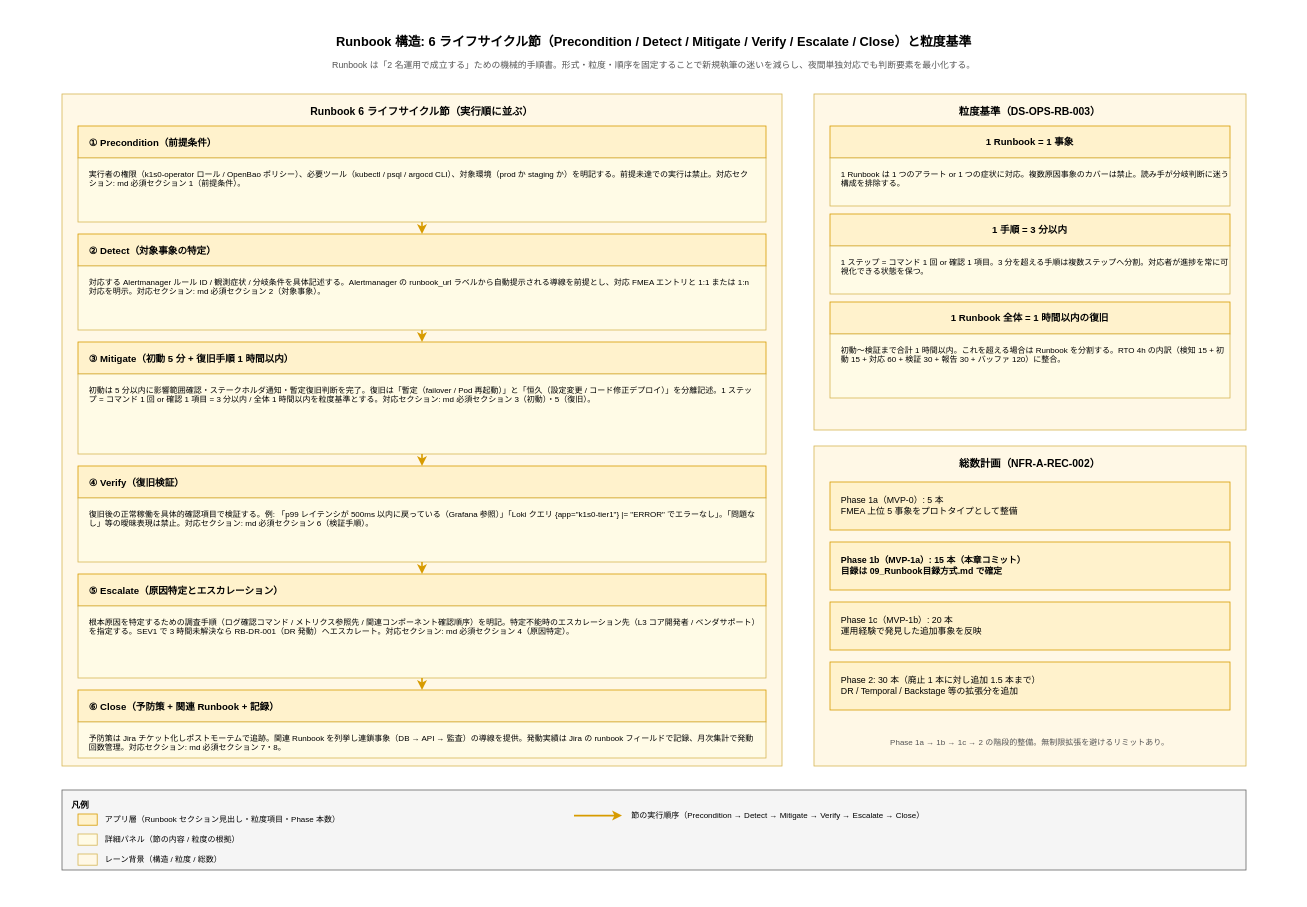
This is docs/04_概要設計/55_運用ライフサイクル方式設計/img/08_Runbook設計方式/runbook_structure.drawio from RyuheiKiso/k1s0, a draw.io file, before an edit. Source tidied: cells renumbered, new cells numbered last; positions are measured from the earlier drawing's top-left corner, leaving out a move shared by most shapes. Both pictures are drawn from the tidied source at 80%, with x=0, y=0 at pixel (14, 14).
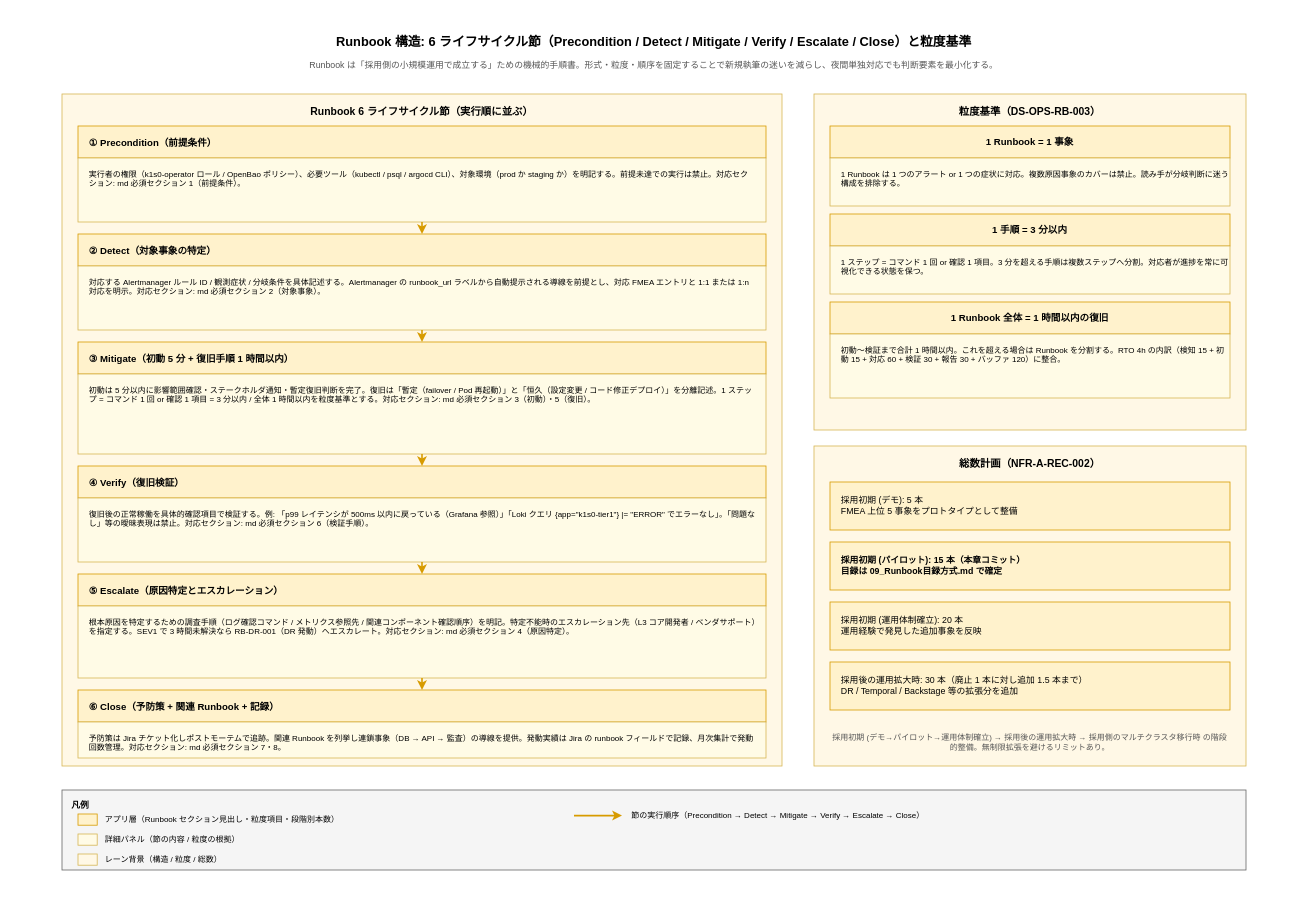
The same diagram, later.

Change to the diagram source:
```diff
@@
-    <mxCell id="4" value="Runbook は「2 名運用で成立する」ための機械的手順書。形式・粒度・順序を固定することで新規執筆の迷いを減らし、夜間単独対応でも判断要素を最小化する。" style="text;html=1;strokeColor=none;fillColor=none;align=center;verticalAlign=middle;whiteSpace=wrap;fontSize=11;fontColor=#555555;" parent="1" vertex="1">
+    <mxCell id="4" value="Runbook は「採用側の小規模運用で成立する」ための機械的手順書。形式・粒度・順序を固定することで新規執筆の迷いを減らし、夜間単独対応でも判断要素を最小化する。" style="text;html=1;strokeColor=none;fillColor=none;align=center;verticalAlign=middle;whiteSpace=wrap;fontSize=11;fontColor=#555555;" parent="1" vertex="1">
       <mxGeometry x="40" y="52" width="1520" height="24" as="geometry" />
     </mxCell>
@@
-    <mxCell id="26" value="Phase 1a（MVP-0）: 5 本&#10;FMEA 上位 5 事象をプロトタイプとして整備" style="rounded=0;whiteSpace=wrap;html=1;fillColor=#fff2cc;strokeColor=#d79b00;fontSize=11;align=left;verticalAlign=middle;spacingLeft=12;" parent="1" vertex="1">
+    <mxCell id="26" value="採用初期 (デモ): 5 本&#10;FMEA 上位 5 事象をプロトタイプとして整備" style="rounded=0;whiteSpace=wrap;html=1;fillColor=#fff2cc;strokeColor=#d79b00;fontSize=11;align=left;verticalAlign=middle;spacingLeft=12;" parent="1" vertex="1">
       <mxGeometry x="1020" y="585" width="500" height="60" as="geometry" />
     </mxCell>
-    <mxCell id="27" value="Phase 1b（MVP-1a）: 15 本（本章コミット）&#10;目録は 09_Runbook目録方式.md で確定" style="rounded=0;whiteSpace=wrap;html=1;fillColor=#fff2cc;strokeColor=#d79b00;fontSize=11;fontStyle=1;align=left;verticalAlign=middle;spacingLeft=12;" parent="1" vertex="1">
+    <mxCell id="27" value="採用初期 (パイロット): 15 本（本章コミット）&#10;目録は 09_Runbook目録方式.md で確定" style="rounded=0;whiteSpace=wrap;html=1;fillColor=#fff2cc;strokeColor=#d79b00;fontSize=11;fontStyle=1;align=left;verticalAlign=middle;spacingLeft=12;" parent="1" vertex="1">
       <mxGeometry x="1020" y="660" width="500" height="60" as="geometry" />
     </mxCell>
-    <mxCell id="28" value="Phase 1c（MVP-1b）: 20 本&#10;運用経験で発見した追加事象を反映" style="rounded=0;whiteSpace=wrap;html=1;fillColor=#fff2cc;strokeColor=#d79b00;fontSize=11;align=left;verticalAlign=middle;spacingLeft=12;" parent="1" vertex="1">
+    <mxCell id="28" value="採用初期 (運用体制確立): 20 本&#10;運用経験で発見した追加事象を反映" style="rounded=0;whiteSpace=wrap;html=1;fillColor=#fff2cc;strokeColor=#d79b00;fontSize=11;align=left;verticalAlign=middle;spacingLeft=12;" parent="1" vertex="1">
       <mxGeometry x="1020" y="735" width="500" height="60" as="geometry" />
     </mxCell>
-    <mxCell id="29" value="Phase 2: 30 本（廃止 1 本に対し追加 1.5 本まで）&#10;DR / Temporal / Backstage 等の拡張分を追加" style="rounded=0;whiteSpace=wrap;html=1;fillColor=#fff2cc;strokeColor=#d79b00;fontSize=11;align=left;verticalAlign=middle;spacingLeft=12;" parent="1" vertex="1">
+    <mxCell id="29" value="採用後の運用拡大時: 30 本（廃止 1 本に対し追加 1.5 本まで）&#10;DR / Temporal / Backstage 等の拡張分を追加" style="rounded=0;whiteSpace=wrap;html=1;fillColor=#fff2cc;strokeColor=#d79b00;fontSize=11;align=left;verticalAlign=middle;spacingLeft=12;" parent="1" vertex="1">
       <mxGeometry x="1020" y="810" width="500" height="60" as="geometry" />
     </mxCell>
-    <mxCell id="30" value="Phase 1a → 1b → 1c → 2 の階段的整備。無制限拡張を避けるリミットあり。" style="text;html=1;strokeColor=none;fillColor=none;align=center;verticalAlign=middle;whiteSpace=wrap;fontSize=10;fontColor=#555555;" parent="1" vertex="1">
+    <mxCell id="30" value="採用初期 (デモ→パイロット→運用体制確立) → 採用後の運用拡大時 → 採用側のマルチクラスタ移行時 の階段的整備。無制限拡張を避けるリミットあり。" style="text;html=1;strokeColor=none;fillColor=none;align=center;verticalAlign=middle;whiteSpace=wrap;fontSize=10;fontColor=#555555;" parent="1" vertex="1">
       <mxGeometry x="1020" y="890" width="500" height="40" as="geometry" />
     </mxCell>
@@
-    <mxCell id="38" value="アプリ層（Runbook セクション見出し・粒度項目・Phase 本数）" style="text;html=1;strokeColor=none;fillColor=none;align=left;verticalAlign=middle;fontSize=10;" parent="1" vertex="1">
+    <mxCell id="38" value="アプリ層（Runbook セクション見出し・粒度項目・段階別本数）" style="text;html=1;strokeColor=none;fillColor=none;align=left;verticalAlign=middle;fontSize=10;" parent="1" vertex="1">
       <mxGeometry x="112" y="995" width="540" height="24" as="geometry" />
     </mxCell>
```
